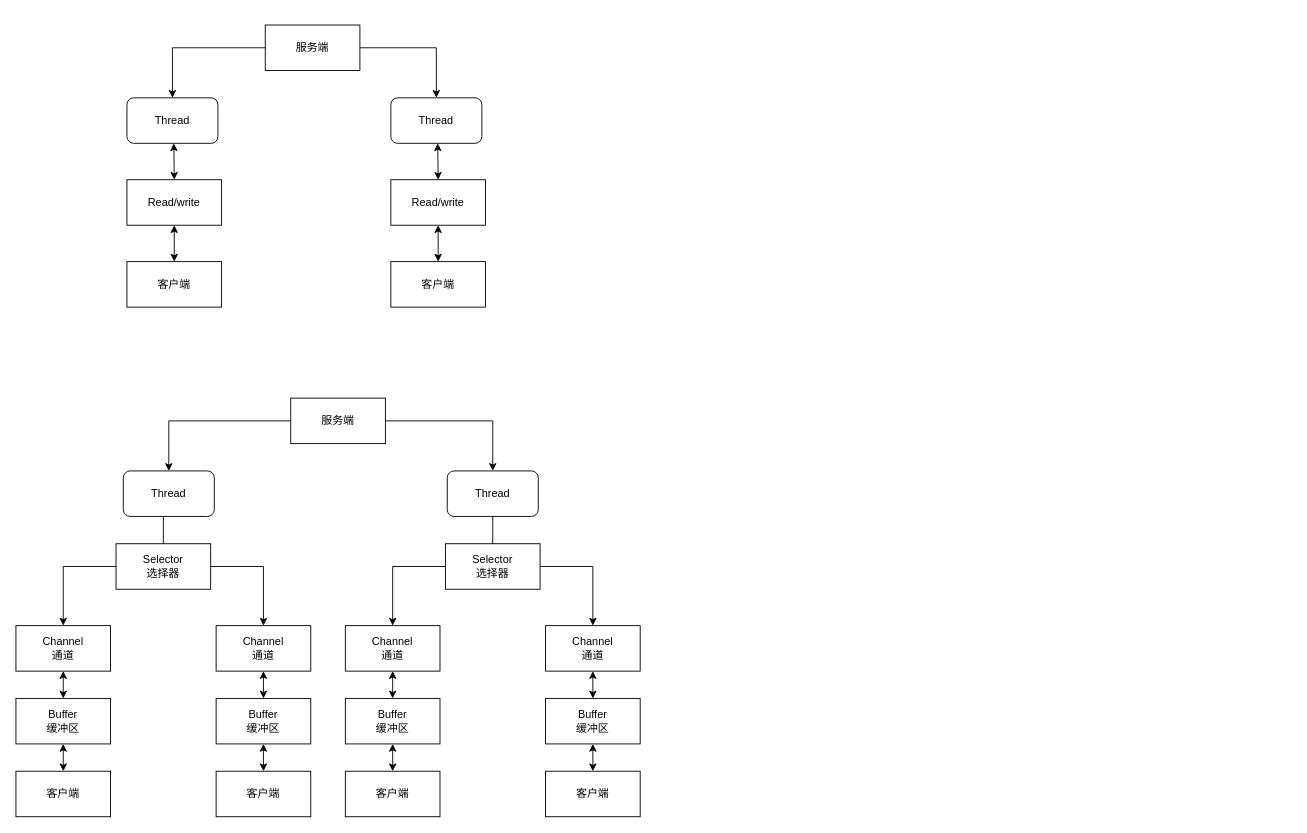
Before: netty.drawio in Rodma1/draw, a draw.io diagram. Source tidied: cells renumbered, new cells numbered last; positions are measured from the earlier drawing's top-left corner, leaving out a move shared by most shapes. Both pictures are drawn from the tidied source at 91%, with x=0, y=0 at pixel (15, 25).
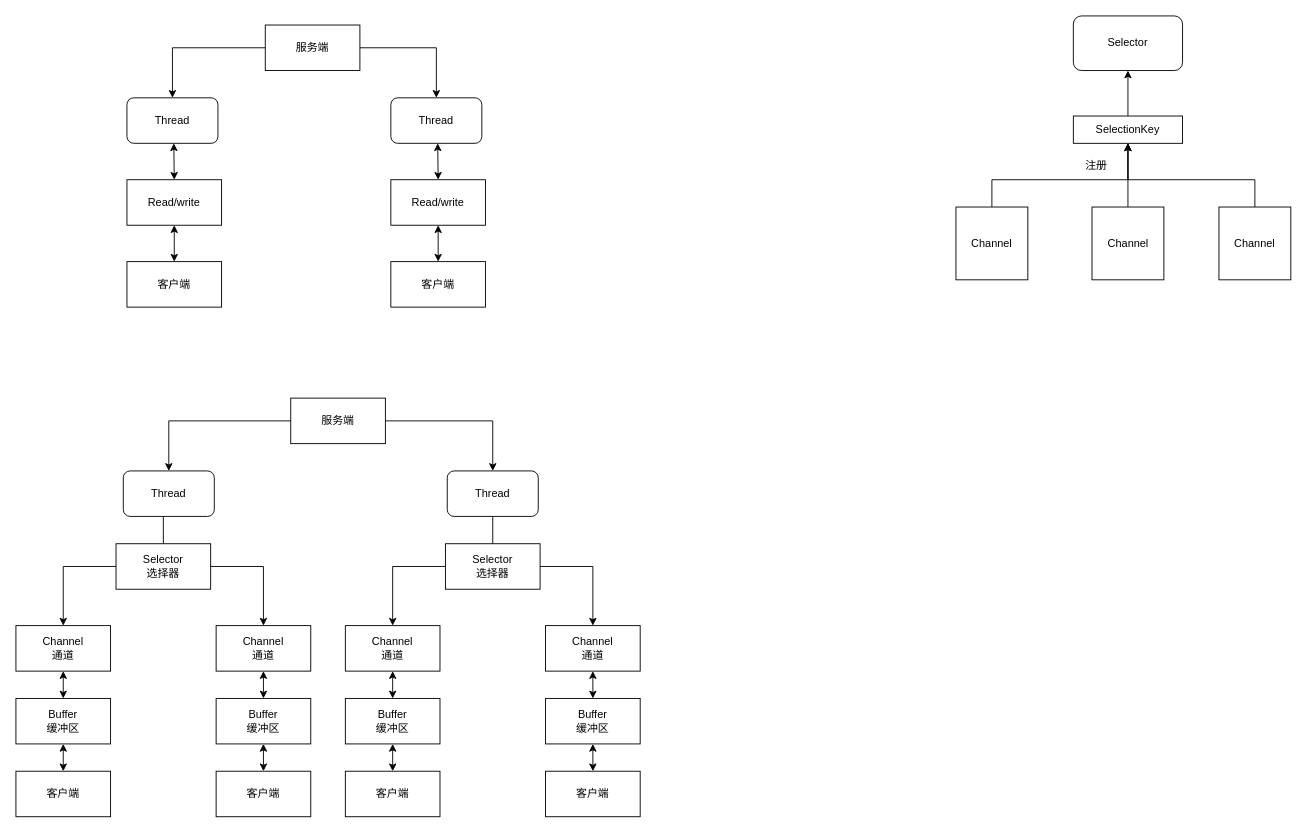
After the change.

Diff of the diagram source:
```diff
@@
+    <mxCell id="48" value="Selector" style="rounded=1;whiteSpace=wrap;html=1;" parent="1" vertex="1">
+      <mxGeometry x="1162" y="-10" width="120" height="60" as="geometry" />
+    </mxCell>
+    <mxCell id="49" style="edgeStyle=orthogonalEdgeStyle;rounded=0;jettySize=auto;html=1;entryX=0.5;entryY=1;entryDx=0;entryDy=0;" parent="1" edge="1" source="50" target="48">
+      <mxGeometry relative="1" as="geometry" />
+    </mxCell>
+    <mxCell id="50" value="SelectionKey" style="rounded=0;whiteSpace=wrap;html=1;" parent="1" vertex="1">
+      <mxGeometry x="1162" y="100" width="120" height="30" as="geometry" />
+    </mxCell>
+    <mxCell id="51" style="edgeStyle=orthogonalEdgeStyle;rounded=0;jettySize=auto;html=1;entryX=0.5;entryY=1;entryDx=0;entryDy=0;" parent="1" edge="1" source="52" target="50">
+      <mxGeometry relative="1" as="geometry">
+        <Array as="points">
+          <mxPoint x="1073" y="170" />
+          <mxPoint x="1222" y="170" />
+        </Array>
+      </mxGeometry>
+    </mxCell>
+    <mxCell id="52" value="Channel" style="rounded=0;whiteSpace=wrap;html=1;" parent="1" vertex="1">
+      <mxGeometry x="1033" y="200" width="79" height="80" as="geometry" />
+    </mxCell>
+    <mxCell id="53" style="edgeStyle=orthogonalEdgeStyle;rounded=0;jettySize=auto;html=1;" parent="1" edge="1" source="54">
+      <mxGeometry relative="1" as="geometry">
+        <mxPoint x="1222" y="130" as="targetPoint" />
+      </mxGeometry>
+    </mxCell>
+    <mxCell id="54" value="Channel" style="rounded=0;whiteSpace=wrap;html=1;" parent="1" vertex="1">
+      <mxGeometry x="1182.5" y="200" width="79" height="80" as="geometry" />
+    </mxCell>
+    <mxCell id="55" style="edgeStyle=orthogonalEdgeStyle;rounded=0;jettySize=auto;html=1;entryX=0.5;entryY=1;entryDx=0;entryDy=0;" parent="1" edge="1" source="56" target="50">
+      <mxGeometry relative="1" as="geometry">
+        <Array as="points">
+          <mxPoint x="1362" y="170" />
+          <mxPoint x="1222" y="170" />
+        </Array>
+      </mxGeometry>
+    </mxCell>
+    <mxCell id="56" value="Channel" style="rounded=0;whiteSpace=wrap;html=1;" parent="1" vertex="1">
+      <mxGeometry x="1322" y="200" width="79" height="80" as="geometry" />
+    </mxCell>
+    <mxCell id="57" value="注册" style="text;html=1;align=center;verticalAlign=middle;strokeColor=none;fillColor=none;" parent="1" vertex="1">
+      <mxGeometry x="1162" y="140" width="50" height="30" as="geometry" />
+    </mxCell>
```
